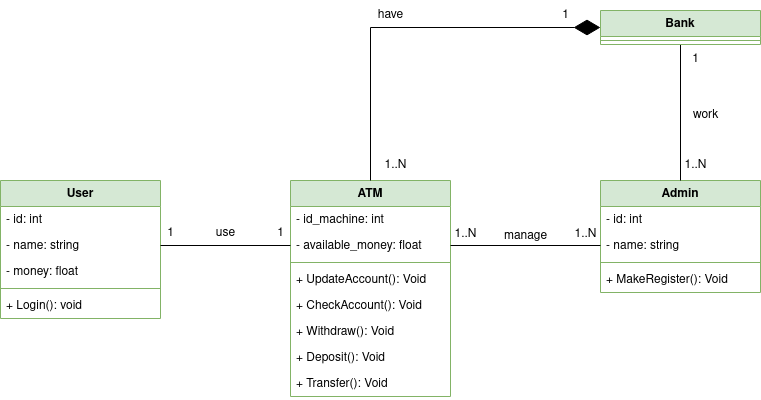
Before: diagramas_clase/cajero-atm/diagrama-clase-cajero-atm.drawio.png, a diagram exported from draw.io (JesusLugo2002/ETS). Source tidied: cells renumbered, new cells last; positions are measured from the earlier drawing's top-left corner, leaving out a move shared by most shapes.
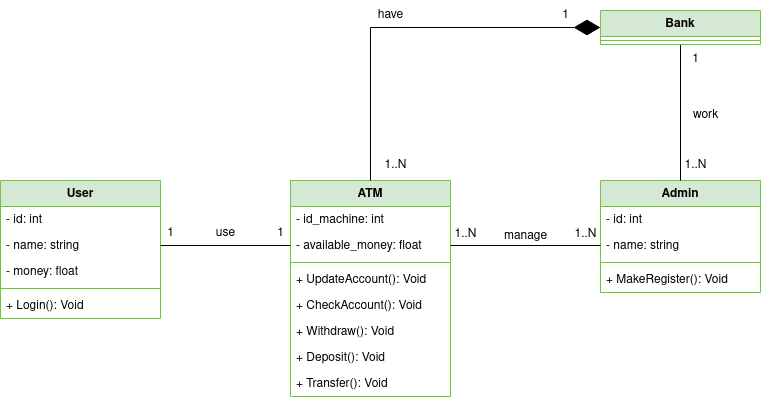
Later version of the same file.

Diff of the diagram source:
```diff
@@ -17,7 +17,7 @@
     <mxCell id="6" style="line;strokeWidth=1;fillColor=none;align=left;verticalAlign=middle;spacingTop=-1;spacingLeft=3;spacingRight=3;labelPosition=right;strokeColor=inherit;" parent="2" vertex="1">
       <mxGeometry y="104" width="160" height="8" as="geometry" />
     </mxCell>
-    <mxCell id="7" value="+ Login(): void" style="text;strokeColor=none;fillColor=none;align=left;verticalAlign=top;spacingLeft=4;spacingRight=4;overflow=hidden;whiteSpace=wrap;html=1;" parent="2" vertex="1">
+    <mxCell id="7" value="&lt;div&gt;+ Login(): Void&lt;/div&gt;" style="text;strokeColor=none;fillColor=none;align=left;verticalAlign=top;spacingLeft=4;spacingRight=4;overflow=hidden;whiteSpace=wrap;html=1;" parent="2" vertex="1">
       <mxGeometry y="112" width="160" height="26" as="geometry" />
     </mxCell>
     <mxCell id="8" value="&lt;div&gt;ATM&lt;/div&gt;" style="swimlane;fontStyle=1;align=center;verticalAlign=top;horizontal=1;startSize=26;whiteSpace=wrap;html=1;fillColor=#d5e8d4;strokeColor=#82b366;" parent="1" vertex="1">
```
